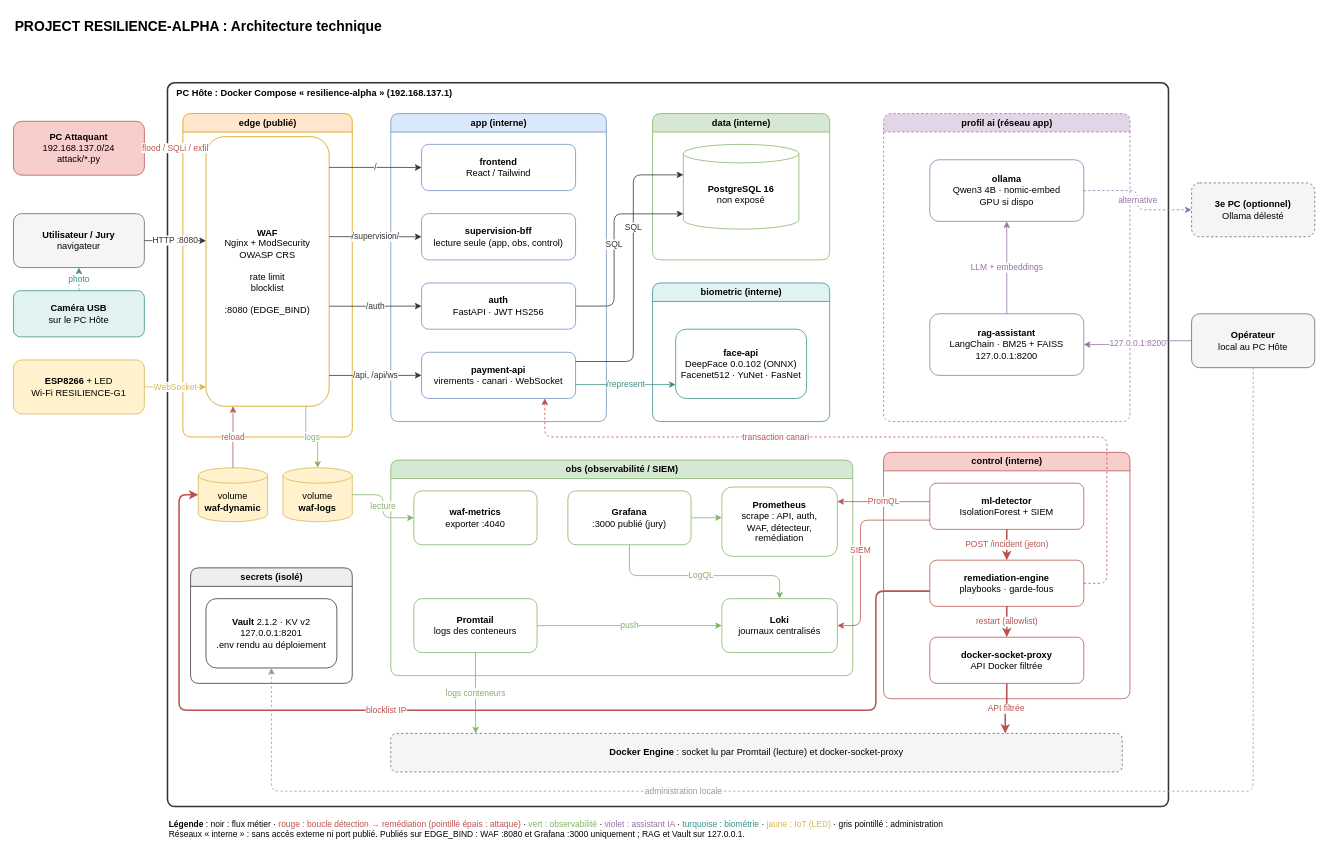
Earlier version of the draw.io diagram docs/diagrams/architecture.drawio (Rococo77/Workshop-26). Source tidied: cells renumbered, new cells numbered last; positions are measured from the earlier drawing's top-left corner, leaving out a move shared by most shapes. Both pictures are drawn from the tidied source at 77%, with x=0, y=0 at pixel (13, 13).
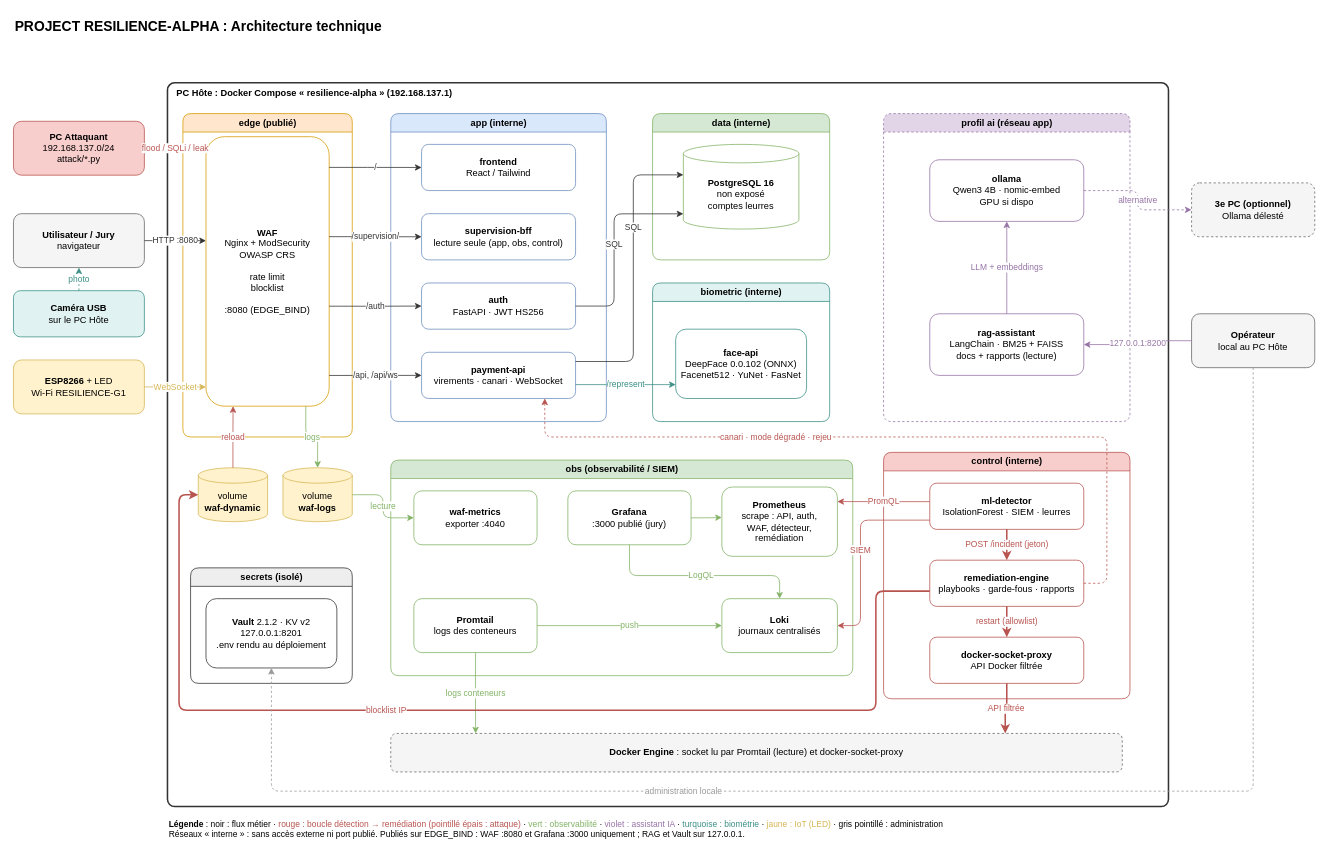
The same diagram, later.

The change refers to these unchanged cells:
```xml
<mxCell id="4" value="&lt;b&gt;PC Attaquant&lt;/b&gt;&lt;br&gt;192.168.137.0/24&lt;br&gt;attack/*.py" style="rounded=1;whiteSpace=wrap;html=1;fillColor=#f8cecc;strokeColor=#b85450;" parent="1" vertex="1">
  <mxGeometry y="140" width="170" height="70" as="geometry" />
</mxCell>
<mxCell id="11" value="&lt;b&gt;WAF&lt;/b&gt;&lt;br&gt;Nginx + ModSecurity&lt;br&gt;OWASP CRS&lt;br&gt;&lt;br&gt;rate limit&lt;br&gt;blocklist&lt;br&gt;&lt;br&gt;:8080 (EDGE_BIND)" style="rounded=1;whiteSpace=wrap;html=1;fillColor=#ffffff;strokeColor=#d79b00;" parent="1" vertex="1">
  <mxGeometry x="250" y="160" width="160" height="350" as="geometry" />
</mxCell>
<mxCell id="16" value="&lt;b&gt;payment-api&lt;/b&gt;&lt;br&gt;virements · canari · WebSocket" style="rounded=1;whiteSpace=wrap;html=1;fillColor=#ffffff;strokeColor=#6c8ebf;" parent="1" vertex="1">
  <mxGeometry x="530" y="440" width="200" height="60" as="geometry" />
</mxCell>
```

What changed in the source:
```diff
@@
-    <mxCell id="18" value="&lt;b&gt;PostgreSQL 16&lt;/b&gt;&lt;br&gt;non exposé" style="shape=cylinder3;whiteSpace=wrap;html=1;boundedLbl=1;size=12;fillColor=#ffffff;strokeColor=#82b366;" parent="1" vertex="1">
+    <mxCell id="18" value="&lt;b&gt;PostgreSQL 16&lt;/b&gt;&lt;br&gt;non exposé&lt;br&gt;comptes leurres" style="shape=cylinder3;whiteSpace=wrap;html=1;boundedLbl=1;size=12;fillColor=#ffffff;strokeColor=#82b366;" parent="1" vertex="1">
       <mxGeometry x="870" y="170" width="150" height="110" as="geometry" />
     </mxCell>
@@
-    <mxCell id="23" value="&lt;b&gt;rag-assistant&lt;/b&gt;&lt;br&gt;LangChain · BM25 + FAISS&lt;br&gt;127.0.0.1:8200" style="rounded=1;whiteSpace=wrap;html=1;fillColor=#ffffff;strokeColor=#9673a6;" parent="1" vertex="1">
+    <mxCell id="23" value="&lt;b&gt;rag-assistant&lt;/b&gt;&lt;br&gt;LangChain · BM25 + FAISS&lt;br&gt;docs + rapports (lecture)" style="rounded=1;whiteSpace=wrap;html=1;fillColor=#ffffff;strokeColor=#9673a6;" parent="1" vertex="1">
       <mxGeometry x="1190" y="390" width="200" height="80" as="geometry" />
     </mxCell>
@@
-    <mxCell id="35" value="&lt;b&gt;ml-detector&lt;/b&gt;&lt;br&gt;IsolationForest + SIEM" style="rounded=1;whiteSpace=wrap;html=1;fillColor=#ffffff;strokeColor=#b85450;" parent="1" vertex="1">
+    <mxCell id="35" value="&lt;b&gt;ml-detector&lt;/b&gt;&lt;br&gt;IsolationForest · SIEM · leurres" style="rounded=1;whiteSpace=wrap;html=1;fillColor=#ffffff;strokeColor=#b85450;" parent="1" vertex="1">
       <mxGeometry x="1190" y="610" width="200" height="60" as="geometry" />
     </mxCell>
-    <mxCell id="36" value="&lt;b&gt;remediation-engine&lt;/b&gt;&lt;br&gt;playbooks · garde-fous" style="rounded=1;whiteSpace=wrap;html=1;fillColor=#ffffff;strokeColor=#b85450;" parent="1" vertex="1">
+    <mxCell id="36" value="&lt;b&gt;remediation-engine&lt;/b&gt;&lt;br&gt;playbooks · garde-fous · rapports" style="rounded=1;whiteSpace=wrap;html=1;fillColor=#ffffff;strokeColor=#b85450;" parent="1" vertex="1">
       <mxGeometry x="1190" y="710" width="200" height="60" as="geometry" />
     </mxCell>
@@
-    <mxCell id="39" value="flood / SQLi / exfil" style="edgeStyle=orthogonalEdgeStyle;rounded=1;html=1;labelBackgroundColor=default;fontSize=11;strokeColor=#b85450;fontColor=#b85450;strokeWidth=2;dashed=1;entryX=0;entryY=0.043;entryDx=0;entryDy=0;" parent="1" edge="1" source="4" target="11">
+    <mxCell id="39" value="flood / SQLi / leak" style="edgeStyle=orthogonalEdgeStyle;rounded=1;html=1;labelBackgroundColor=default;fontSize=11;strokeColor=#b85450;fontColor=#b85450;strokeWidth=2;dashed=1;entryX=0;entryY=0.043;entryDx=0;entryDy=0;" parent="1" edge="1" source="4" target="11">
       <mxGeometry relative="1" as="geometry" />
     </mxCell>
@@
-    <mxCell id="62" value="transaction canari" style="edgeStyle=orthogonalEdgeStyle;rounded=1;html=1;labelBackgroundColor=default;fontSize=11;strokeColor=#b85450;fontColor=#b85450;strokeWidth=1;dashed=1;exitX=1;exitY=0.5;exitDx=0;exitDy=0;entryX=0.8;entryY=1;entryDx=0;entryDy=0;" parent="1" edge="1" source="36" target="16">
+    <mxCell id="62" value="canari · mode dégradé · rejeu" style="edgeStyle=orthogonalEdgeStyle;rounded=1;html=1;labelBackgroundColor=default;fontSize=11;strokeColor=#b85450;fontColor=#b85450;strokeWidth=1;dashed=1;exitX=1;exitY=0.5;exitDx=0;exitDy=0;entryX=0.8;entryY=1;entryDx=0;entryDy=0;" parent="1" edge="1" source="36" target="16">
       <mxGeometry x="0.3" relative="1" as="geometry">
         <Array as="points">
           <mxPoint x="1420" y="740" />
           <mxPoint x="1420" y="550" />
           <mxPoint x="690" y="550" />
         </Array>
       </mxGeometry>
     </mxCell>
```
